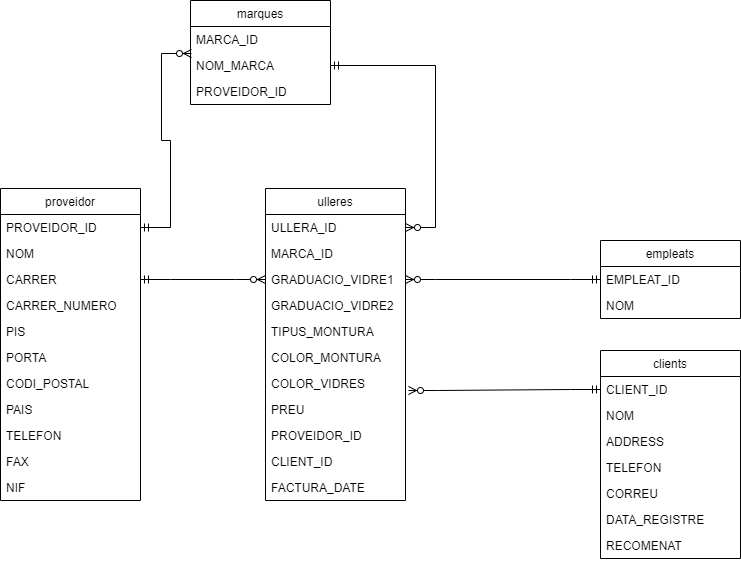
oscarvargas4/itacademy-sprint2-datastructure keeps this draw.io diagram as Estructura de dades - MySQL/optica/optica_diagram.png. Above is the earlier version. Source tidied: cells renumbered, new cells last; positions are measured from the earlier drawing's top-left corner, leaving out a move shared by most shapes.
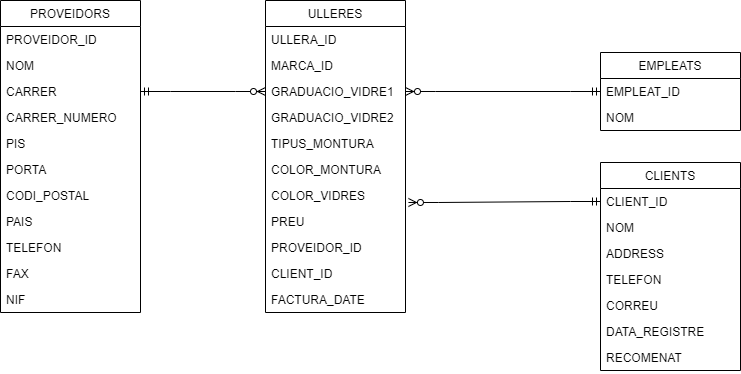
Above is the later version.

What changed in the source:
```diff
@@ -2,7 +2,7 @@
   <root>
     <mxCell id="0" />
     <mxCell id="1" parent="0" />
-    <mxCell id="2" value="proveidor" style="swimlane;fontStyle=0;horizontal=1;startSize=26;fillColor=none;" parent="1" vertex="1">
+    <mxCell id="2" value="PROVEIDORS" style="swimlane;fontStyle=0;horizontal=1;startSize=26;fillColor=none;" parent="1" vertex="1">
       <mxGeometry y="188" width="140" height="312" as="geometry" />
     </mxCell>
     <mxCell id="3" value="PROVEIDOR_ID" style="text;strokeColor=none;fillColor=none;align=left;verticalAlign=top;spacingLeft=4;spacingRight=4;overflow=hidden;points=[[0,0.5],[1,0.5]];portConstraint=eastwest;" parent="2" vertex="1">
@@ -38,7 +38,7 @@
     <mxCell id="13" value="NIF" style="text;strokeColor=none;fillColor=none;align=left;verticalAlign=top;spacingLeft=4;spacingRight=4;overflow=hidden;" parent="2" vertex="1">
       <mxGeometry y="286" width="140" height="26" as="geometry" />
     </mxCell>
-    <mxCell id="14" value="ulleres" style="swimlane;fontStyle=0;horizontal=1;startSize=26;fillColor=none;" parent="1" vertex="1">
+    <mxCell id="14" value="ULLERES" style="swimlane;fontStyle=0;horizontal=1;startSize=26;fillColor=none;" parent="1" vertex="1">
       <mxGeometry x="265" y="188" width="140" height="312" as="geometry" />
     </mxCell>
     <mxCell id="15" value="ULLERA_ID" style="text;strokeColor=none;fillColor=none;align=left;verticalAlign=top;spacingLeft=4;spacingRight=4;overflow=hidden;points=[[0,0.5],[1,0.5]];portConstraint=eastwest;" parent="14" vertex="1">
@@ -74,7 +74,7 @@
     <mxCell id="25" value="FACTURA_DATE" style="text;strokeColor=none;fillColor=none;align=left;verticalAlign=top;spacingLeft=4;spacingRight=4;overflow=hidden;" parent="14" vertex="1">
       <mxGeometry y="286" width="140" height="26" as="geometry" />
     </mxCell>
-    <mxCell id="26" value="clients" style="swimlane;fontStyle=0;horizontal=1;startSize=26;fillColor=none;" parent="1" vertex="1">
+    <mxCell id="26" value="CLIENTS" style="swimlane;fontStyle=0;horizontal=1;startSize=26;fillColor=none;" parent="1" vertex="1">
       <mxGeometry x="600" y="350" width="140" height="208" as="geometry" />
     </mxCell>
     <mxCell id="27" value="CLIENT_ID" style="text;strokeColor=none;fillColor=none;align=left;verticalAlign=top;spacingLeft=4;spacingRight=4;overflow=hidden;points=[[0,0.5],[1,0.5]];portConstraint=eastwest;" parent="26" vertex="1">
@@ -98,7 +98,7 @@
     <mxCell id="33" value="RECOMENAT" style="text;strokeColor=none;fillColor=none;align=left;verticalAlign=top;spacingLeft=4;spacingRight=4;overflow=hidden;" parent="26" vertex="1">
       <mxGeometry y="182" width="140" height="26" as="geometry" />
     </mxCell>
-    <mxCell id="34" value="empleats" style="swimlane;fontStyle=0;horizontal=1;startSize=26;fillColor=none;" parent="1" vertex="1">
+    <mxCell id="34" value="EMPLEATS" style="swimlane;fontStyle=0;horizontal=1;startSize=26;fillColor=none;" parent="1" vertex="1">
       <mxGeometry x="600" y="240" width="140" height="78" as="geometry" />
     </mxCell>
     <mxCell id="35" value="EMPLEAT_ID" style="text;strokeColor=none;fillColor=none;align=left;verticalAlign=top;spacingLeft=4;spacingRight=4;overflow=hidden;points=[[0,0.5],[1,0.5]];portConstraint=eastwest;" parent="34" vertex="1">
@@ -110,24 +110,6 @@
     <mxCell id="37" style="edgeStyle=entityRelationEdgeStyle;fontSize=12;html=1;endArrow=ERzeroToMany;startArrow=ERmandOne;rounded=0;entryX=0;entryY=0.5;entryDx=0;entryDy=0;exitX=1;exitY=0.5;exitDx=0;exitDy=0;" parent="1" edge="1" source="5" target="17">
       <mxGeometry relative="1" as="geometry" />
     </mxCell>
-    <mxCell id="38" value="marques" style="swimlane;fontStyle=0;horizontal=1;startSize=26;fillColor=none;" parent="1" vertex="1">
-      <mxGeometry x="190" width="140" height="104" as="geometry" />
-    </mxCell>
-    <mxCell id="39" value="MARCA_ID" style="text;strokeColor=none;fillColor=none;align=left;verticalAlign=top;spacingLeft=4;spacingRight=4;overflow=hidden;" parent="38" vertex="1">
-      <mxGeometry y="26" width="140" height="26" as="geometry" />
-    </mxCell>
-    <mxCell id="40" value="NOM_MARCA" style="text;strokeColor=none;fillColor=none;align=left;verticalAlign=top;spacingLeft=4;spacingRight=4;overflow=hidden;points=[[0,0.5],[1,0.5]];portConstraint=eastwest;" parent="38" vertex="1">
-      <mxGeometry y="52" width="140" height="26" as="geometry" />
-    </mxCell>
-    <mxCell id="41" value="PROVEIDOR_ID" style="text;strokeColor=none;fillColor=none;align=left;verticalAlign=top;spacingLeft=4;spacingRight=4;overflow=hidden;" parent="38" vertex="1">
-      <mxGeometry y="78" width="140" height="26" as="geometry" />
-    </mxCell>
-    <mxCell id="42" style="edgeStyle=entityRelationEdgeStyle;fontSize=12;html=1;endArrow=ERzeroToMany;startArrow=ERmandOne;rounded=0;entryX=0.007;entryY=0.038;entryDx=0;entryDy=0;entryPerimeter=0;exitX=1;exitY=0.5;exitDx=0;exitDy=0;" parent="1" edge="1" source="3" target="40">
-      <mxGeometry relative="1" as="geometry" />
-    </mxCell>
-    <mxCell id="43" style="edgeStyle=entityRelationEdgeStyle;fontSize=12;html=1;endArrow=ERzeroToMany;startArrow=ERmandOne;rounded=0;exitX=1;exitY=0.5;exitDx=0;exitDy=0;" parent="1" edge="1" source="40" target="15">
-      <mxGeometry relative="1" as="geometry" />
-    </mxCell>
     <mxCell id="44" style="edgeStyle=entityRelationEdgeStyle;fontSize=12;html=1;endArrow=ERzeroToMany;startArrow=ERmandOne;rounded=0;exitX=0;exitY=0.5;exitDx=0;exitDy=0;entryX=1.021;entryY=0.769;entryDx=0;entryDy=0;entryPerimeter=0;" parent="1" edge="1" source="27" target="21">
       <mxGeometry relative="1" as="geometry" />
     </mxCell>
```
